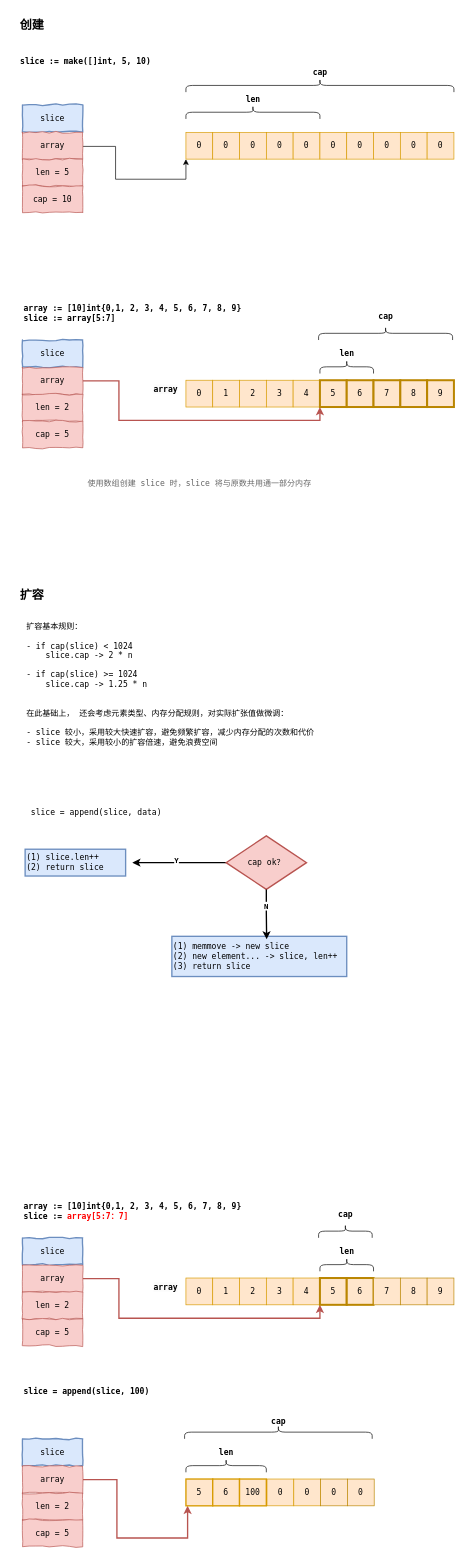
Earlier version of the draw.io diagram BlogImages/GO/base/slice-operations.drawio (JoyChenNo1/JoyChenNo1.github.io). Source tidied: cells renumbered, new cells numbered last; positions are measured from the earlier drawing's top-left corner, leaving out a move shared by most shapes. Both pictures are drawn from the tidied source at 67%, with x=0, y=0 at pixel (11, -49).
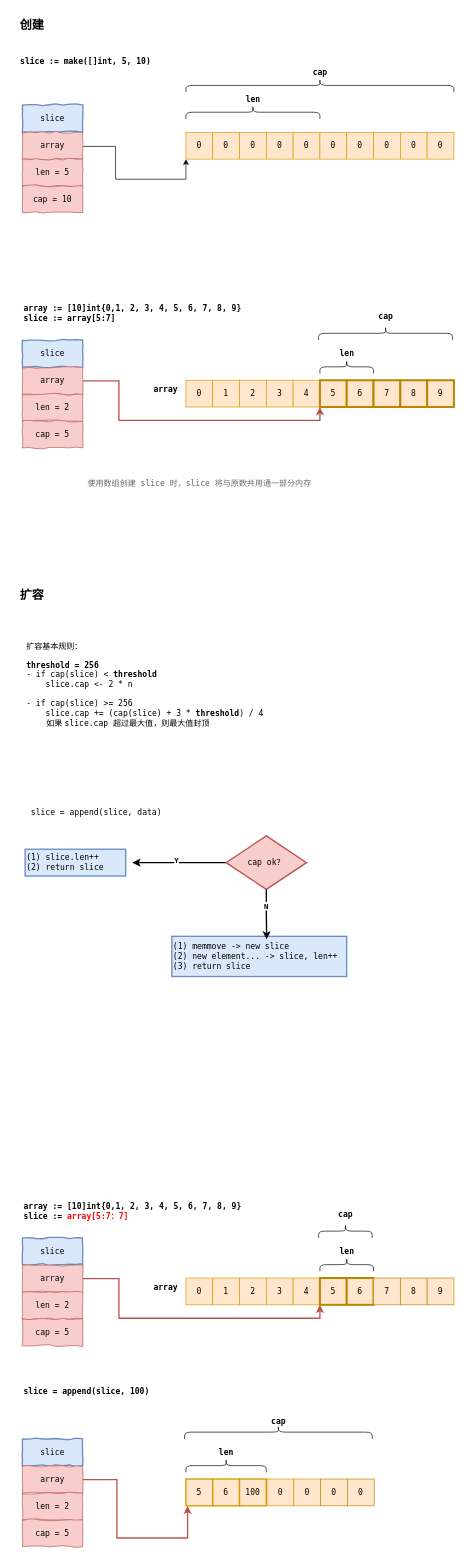
The same diagram, later.

Change to the diagram source:
```diff
@@
-    <mxCell id="46" value="&lt;font face=&quot;Monaco&quot;&gt;扩容基本规则：&lt;/font&gt;&lt;div&gt;&lt;font face=&quot;Monaco&quot;&gt;&lt;br&gt;&lt;/font&gt;&lt;div&gt;&lt;font face=&quot;Monaco&quot;&gt;- if cap(slice) &amp;lt; 1024&lt;/font&gt;&lt;/div&gt;&lt;div&gt;&lt;font face=&quot;Monaco&quot;&gt;&amp;nbsp; &amp;nbsp; slice.cap -&amp;gt; 2 * n&lt;/font&gt;&lt;/div&gt;&lt;div&gt;&lt;font face=&quot;Monaco&quot;&gt;&lt;br&gt;&lt;/font&gt;&lt;/div&gt;&lt;div&gt;&lt;font face=&quot;Monaco&quot;&gt;- if cap(slice) &amp;gt;= 1024&lt;/font&gt;&lt;/div&gt;&lt;div&gt;&lt;font face=&quot;Monaco&quot;&gt;&amp;nbsp; &amp;nbsp; slice.cap -&amp;gt; 1.25 * n&amp;nbsp;&lt;/font&gt;&lt;/div&gt;&lt;/div&gt;&lt;div&gt;&lt;font face=&quot;Monaco&quot;&gt;&lt;br&gt;&lt;/font&gt;&lt;/div&gt;&lt;div&gt;&lt;font face=&quot;Monaco&quot;&gt;&lt;br&gt;&lt;/font&gt;&lt;/div&gt;&lt;div&gt;&lt;font face=&quot;Monaco&quot;&gt;在此基础上， 还会考虑元素类型、内存分配规则，对实际扩张值做微调：&lt;/font&gt;&lt;/div&gt;&lt;div&gt;&lt;font face=&quot;Monaco&quot;&gt;&lt;br&gt;&lt;/font&gt;&lt;/div&gt;&lt;div&gt;&lt;font face=&quot;Monaco&quot;&gt;- slice 较小，采用较大快速扩容，避免频繁扩容，减少内存分配的次数和代价&lt;/font&gt;&lt;/div&gt;&lt;div&gt;&lt;font face=&quot;Monaco&quot;&gt;- slice 较大，采用较小的扩容倍速，避免浪费空间&amp;nbsp;&lt;/font&gt;&lt;/div&gt;" style="text;html=1;align=left;verticalAlign=middle;strokeColor=none;fillColor=none;fontSize=12;fontFamily=Helvetica;fontColor=default;" parent="1" vertex="1">
-      <mxGeometry x="20" y="989" width="450" height="210" as="geometry" />
+    <mxCell id="46" value="&lt;font face=&quot;Monaco&quot;&gt;扩容基本规则：&lt;/font&gt;&lt;div&gt;&lt;font face=&quot;Monaco&quot;&gt;&lt;br&gt;&lt;/font&gt;&lt;div&gt;&lt;b&gt;&lt;font face=&quot;Monaco&quot;&gt;threshold =&amp;nbsp;&lt;/font&gt;&lt;span style=&quot;font-family: Monaco;&quot;&gt;256&lt;/span&gt;&lt;/b&gt;&lt;font face=&quot;Monaco&quot;&gt;&lt;br&gt;&lt;/font&gt;&lt;div&gt;&lt;font face=&quot;Monaco&quot;&gt;- if cap(slice) &amp;lt;&amp;nbsp;&lt;/font&gt;&lt;b style=&quot;background-color: initial;&quot;&gt;&lt;font face=&quot;Monaco&quot;&gt;threshold&lt;/font&gt;&lt;/b&gt;&lt;/div&gt;&lt;div&gt;&lt;font face=&quot;Monaco&quot;&gt;&amp;nbsp; &amp;nbsp; slice.cap &amp;lt;- 2 * n&lt;/font&gt;&lt;/div&gt;&lt;div&gt;&lt;font face=&quot;Monaco&quot;&gt;&lt;br&gt;&lt;/font&gt;&lt;/div&gt;&lt;div&gt;&lt;font face=&quot;Monaco&quot;&gt;- if cap(slice) &amp;gt;= 256&lt;/font&gt;&lt;/div&gt;&lt;div&gt;&lt;font face=&quot;Monaco&quot;&gt;&amp;nbsp; &amp;nbsp; slice.cap += (&lt;/font&gt;&lt;span style=&quot;font-family: Monaco;&quot;&gt;cap(slice)&lt;/span&gt;&lt;font face=&quot;Monaco&quot;&gt;&amp;nbsp;+ 3 *&amp;nbsp;&lt;/font&gt;&lt;b&gt;&lt;font face=&quot;Monaco&quot;&gt;threshold&lt;/font&gt;&lt;/b&gt;&lt;font face=&quot;Monaco&quot;&gt;) / 4&lt;/font&gt;&lt;/div&gt;&lt;/div&gt;&lt;div&gt;&amp;nbsp; &amp;nbsp; &amp;nbsp; &amp;nbsp; &amp;nbsp;如果&amp;nbsp;&lt;span style=&quot;font-family: Monaco; background-color: initial;&quot;&gt;slice.cap 超过最大值，则&lt;/span&gt;&lt;span style=&quot;background-color: initial;&quot;&gt;最大值封顶&lt;/span&gt;&lt;/div&gt;&lt;/div&gt;" style="text;html=1;align=left;verticalAlign=middle;strokeColor=none;fillColor=none;fontSize=12;fontFamily=Helvetica;fontColor=default;" parent="1" vertex="1">
+      <mxGeometry x="20" y="1019" width="380" height="150" as="geometry" />
     </mxCell>
```
